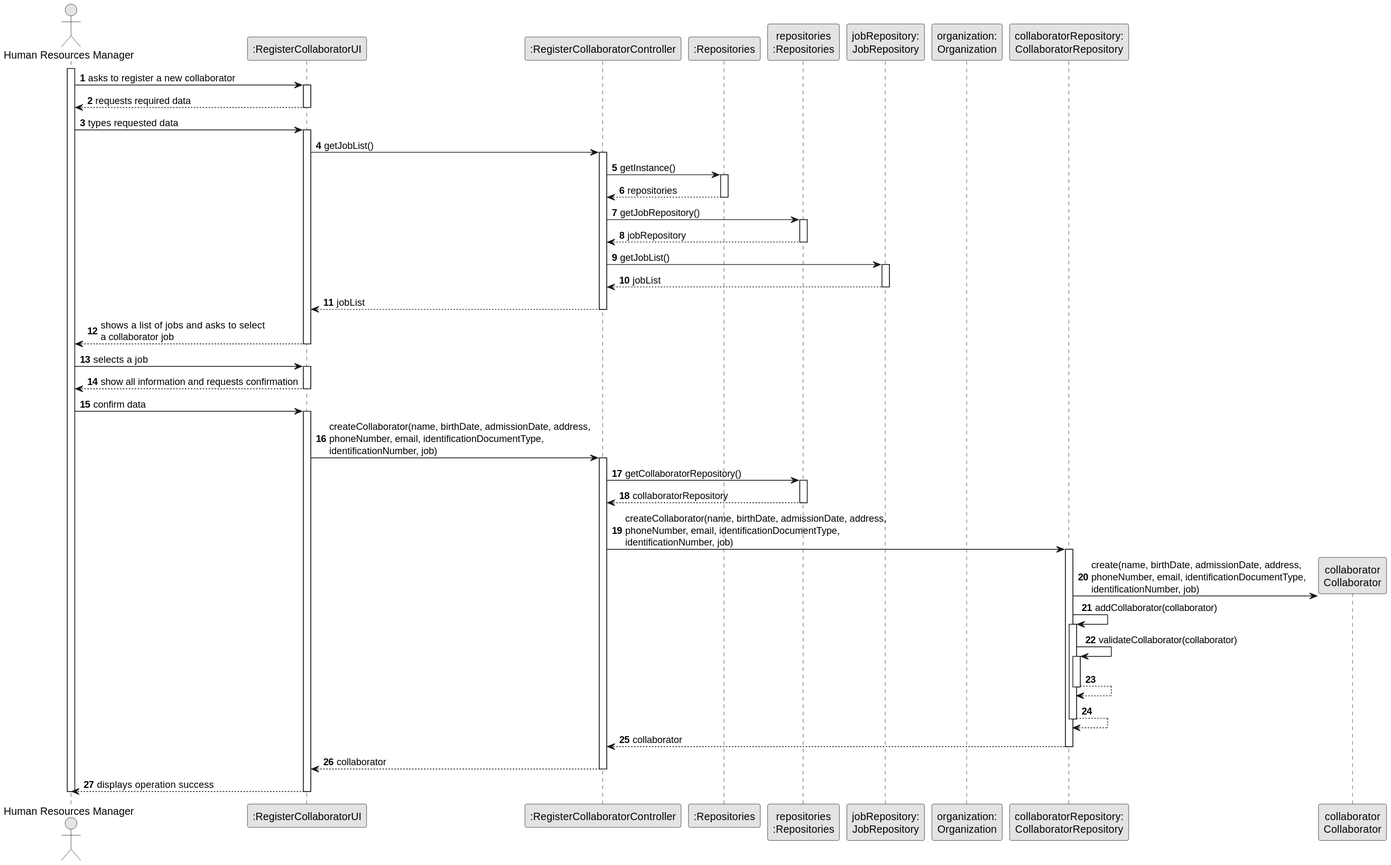
This is docs/sprintC/us003/03.design/svg/us003-sequence-diagram-full.svg from Departamento-de-Engenharia-Informatica/lei-24-s2-1dkl-g134, a PlantUML export, as it was before one commit.
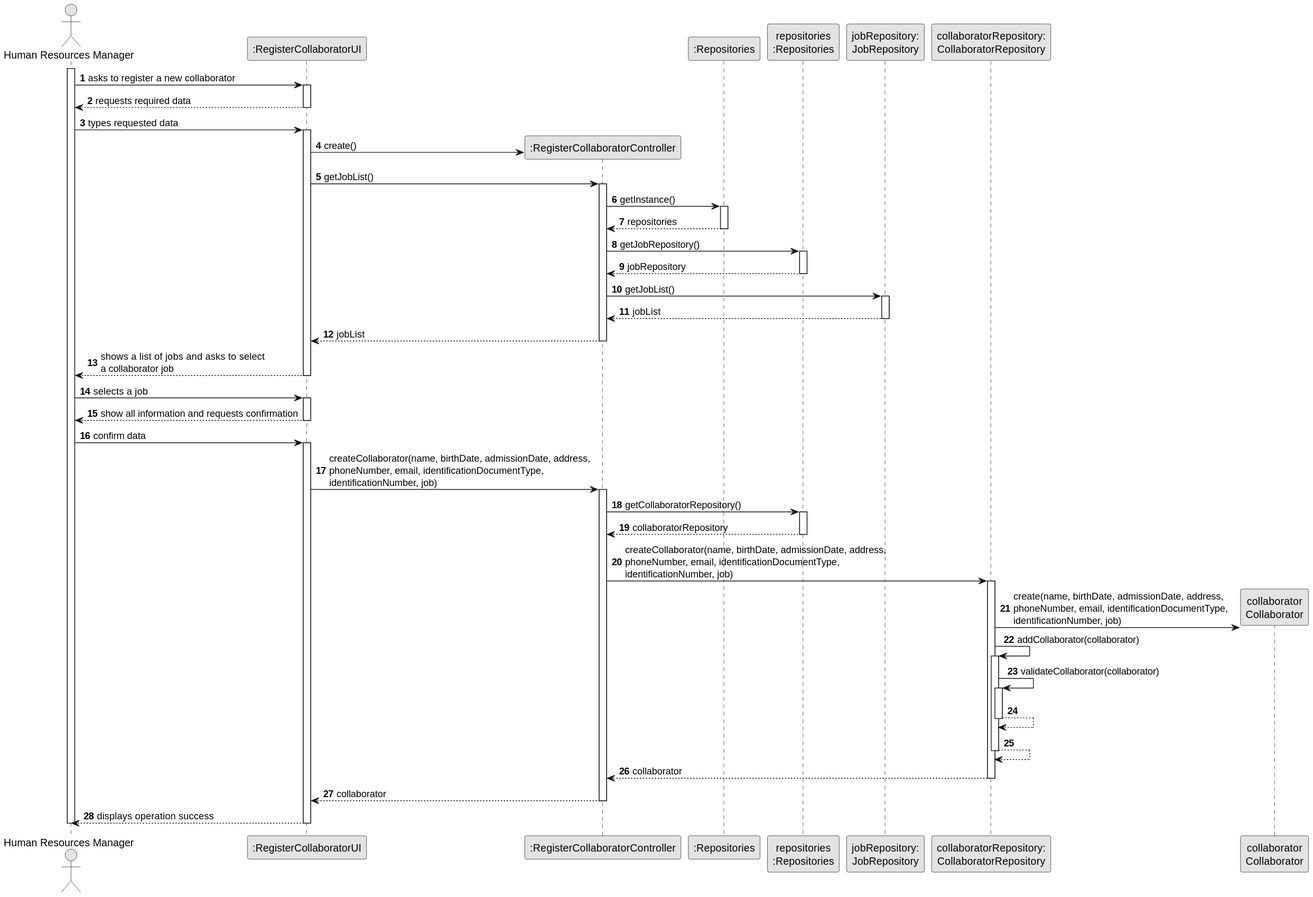
After the commit.

What changed in the source:
```diff
@@ -11,7 +11,6 @@
 participant ":Repositories" as RepositorySingleton
 participant "repositories\n:Repositories" as PLAT
 participant "jobRepository:\nJobRepository" as JobRepository
-participant "organization:\nOrganization" as Organization
 participant "collaboratorRepository:\nCollaboratorRepository" as CollaboratorRepository
 participant "collaborator\nCollaborator" as Collaborator
 
@@ -26,6 +25,8 @@
 
             ADM -> UI : types requested data
             activate UI
+
+            UI -> CTRL** : create()
 
             UI -> CTRL : getJobList()
             activate CTRL
```
